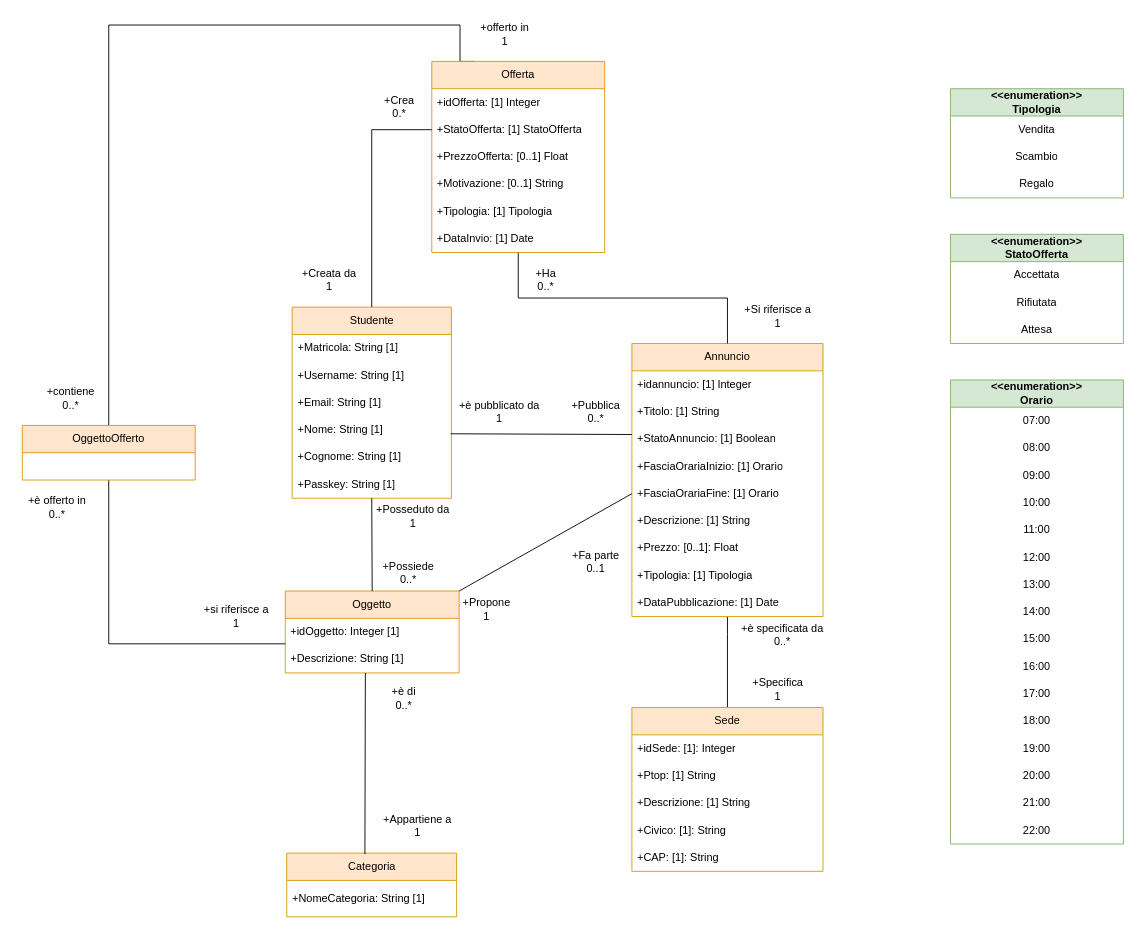
Above: UML_Ristrutturato.drawio in giuseeee88/UninaSwap-BDD (draw.io), before the change. Source tidied: cells renumbered, new cells numbered last; positions are measured from the earlier drawing's top-left corner, leaving out a move shared by most shapes. Both pictures are drawn from the tidied source at 91%, with x=0, y=0 at pixel (15, 15).
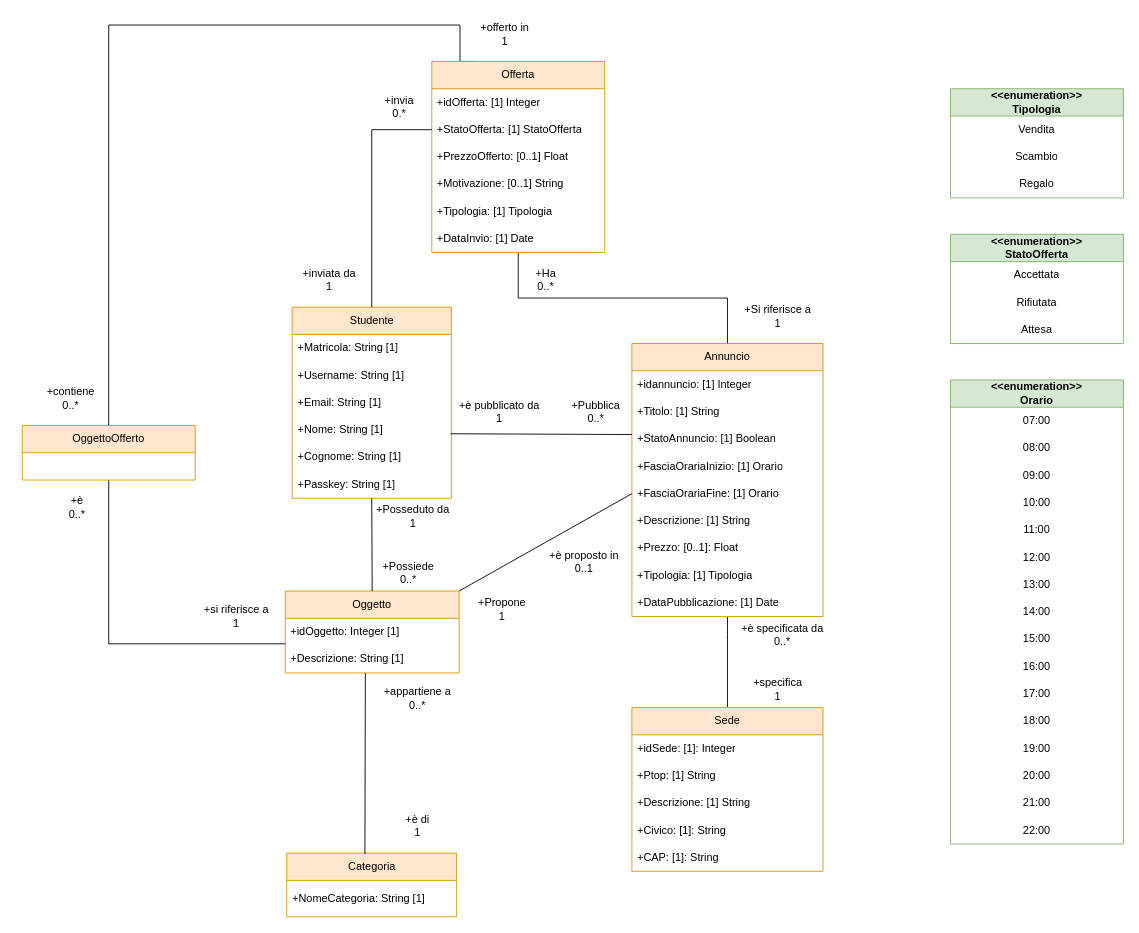
After the change.

Commit message:
Aggiornamento UML ristrutturato

The change refers to these unchanged cells:
```xml
<mxCell id="26" value="Offerta" style="swimlane;fontStyle=0;horizontal=1;startSize=30;whiteSpace=wrap;html=1;fillColor=#ffe6cc;strokeColor=#d79b00;" parent="1" vertex="1">
  <mxGeometry x="457" y="50" width="190" height="210" as="geometry" />
</mxCell>
```

Change to the diagram source:
```diff
@@
-    <mxCell id="29" value="+PrezzoOfferta: [0..1] Float" style="text;strokeColor=none;fillColor=none;align=left;verticalAlign=middle;spacingLeft=4;spacingRight=4;overflow=hidden;whiteSpace=wrap;html=1;" parent="26" vertex="1">
+    <mxCell id="29" value="+PrezzoOfferto: [0..1] Float" style="text;strokeColor=none;fillColor=none;align=left;verticalAlign=middle;spacingLeft=4;spacingRight=4;overflow=hidden;whiteSpace=wrap;html=1;" parent="26" vertex="1">
       <mxGeometry y="90" width="190" height="30" as="geometry" />
     </mxCell>
@@
     <mxCell id="39" value="+Propone&lt;div&gt;1&lt;/div&gt;" style="text;html=1;align=center;verticalAlign=middle;strokeColor=none;fillColor=none;" parent="1" vertex="1">
-      <mxGeometry x="476.9" y="632" width="80" height="40" as="geometry" />
+      <mxGeometry x="494" y="632" width="80" height="40" as="geometry" />
     </mxCell>
-    <mxCell id="40" value="+Fa parte&lt;div&gt;0..1&lt;/div&gt;" style="text;html=1;align=center;verticalAlign=middle;strokeColor=none;fillColor=none;" parent="1" vertex="1">
-      <mxGeometry x="596.9" y="580" width="80" height="40" as="geometry" />
+    <mxCell id="40" value="+è proposto in&lt;div&gt;0..1&lt;/div&gt;" style="text;html=1;align=center;verticalAlign=middle;strokeColor=none;fillColor=none;" parent="1" vertex="1">
+      <mxGeometry x="574" y="580" width="100" height="40" as="geometry" />
     </mxCell>
@@
-    <mxCell id="46" value="+Crea&lt;div&gt;0.*&lt;/div&gt;" style="text;html=1;align=center;verticalAlign=middle;strokeColor=none;fillColor=none;" parent="1" vertex="1">
+    <mxCell id="46" value="+invia&lt;div&gt;0.*&lt;/div&gt;" style="text;html=1;align=center;verticalAlign=middle;strokeColor=none;fillColor=none;" parent="1" vertex="1">
       <mxGeometry x="391" y="80" width="60" height="40" as="geometry" />
     </mxCell>
-    <mxCell id="47" value="+Creata da&lt;div&gt;1&lt;/div&gt;" style="text;html=1;align=center;verticalAlign=middle;strokeColor=none;fillColor=none;" parent="1" vertex="1">
+    <mxCell id="47" value="+inviata da&lt;div&gt;1&lt;/div&gt;" style="text;html=1;align=center;verticalAlign=middle;strokeColor=none;fillColor=none;" parent="1" vertex="1">
       <mxGeometry x="303.5" y="270" width="80" height="40" as="geometry" />
     </mxCell>
@@
-    <mxCell id="56" value="+Specifica&lt;div&gt;1&lt;/div&gt;" style="text;html=1;align=center;verticalAlign=middle;strokeColor=none;fillColor=none;" parent="1" vertex="1">
+    <mxCell id="56" value="+specifica&lt;div&gt;1&lt;/div&gt;" style="text;html=1;align=center;verticalAlign=middle;strokeColor=none;fillColor=none;" parent="1" vertex="1">
       <mxGeometry x="796.9" y="720" width="80" height="40" as="geometry" />
     </mxCell>
@@
-    <mxCell id="67" value="+è offerto in&lt;div&gt;0..*&lt;/div&gt;" style="text;html=1;align=center;verticalAlign=middle;strokeColor=none;fillColor=none;" parent="1" vertex="1">
-      <mxGeometry y="520" width="90" height="40" as="geometry" />
+    <mxCell id="67" value="+è&lt;div&gt;0..*&lt;/div&gt;" style="text;html=1;align=center;verticalAlign=middle;strokeColor=none;fillColor=none;" parent="1" vertex="1">
+      <mxGeometry x="47" y="520" width="40" height="40" as="geometry" />
     </mxCell>
@@
-    <mxCell id="70" value="+Appartiene a&lt;br&gt;1" style="text;html=1;align=center;verticalAlign=middle;strokeColor=none;fillColor=none;" parent="1" vertex="1">
-      <mxGeometry x="391" y="870" width="100" height="40" as="geometry" />
+    <mxCell id="70" value="+è di&lt;br&gt;1" style="text;html=1;align=center;verticalAlign=middle;strokeColor=none;fillColor=none;" parent="1" vertex="1">
+      <mxGeometry x="416" y="870" width="50" height="40" as="geometry" />
     </mxCell>
-    <mxCell id="71" value="+è di&lt;br&gt;0..*" style="text;html=1;align=center;verticalAlign=middle;strokeColor=none;fillColor=none;" parent="1" vertex="1">
-      <mxGeometry x="401" y="730" width="50" height="40" as="geometry" />
+    <mxCell id="71" value="+appartiene a&lt;br&gt;0..*" style="text;html=1;align=center;verticalAlign=middle;strokeColor=none;fillColor=none;" parent="1" vertex="1">
+      <mxGeometry x="391" y="730" width="100" height="40" as="geometry" />
     </mxCell>
```
